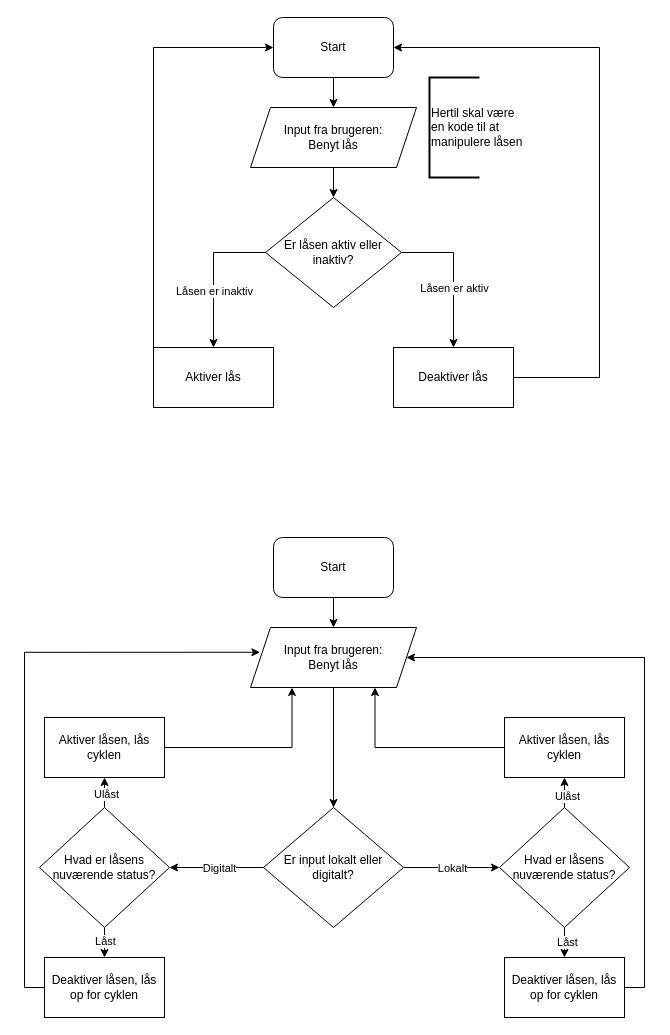
This is SW FlowCharts/ID 11 V1 Cykellås.drawio from KEA-E24-B9-IOT1/E24-B9-IoT1, a draw.io file, before an edit. Source tidied: cells renumbered, new cells numbered last; positions are measured from the earlier drawing's top-left corner, leaving out a move shared by most shapes. Both pictures are drawn from the tidied source at 100%, with x=0, y=0 at pixel (24, 17).
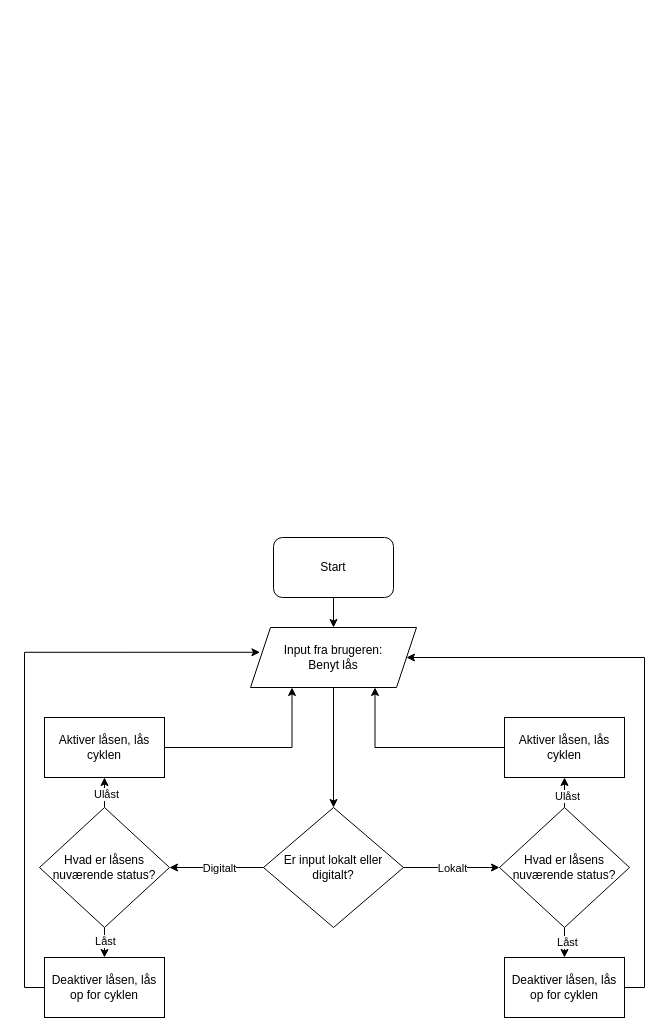
After the change.

Change to the diagram source:
```diff
@@
-    <mxCell id="2" style="edgeStyle=orthogonalEdgeStyle;rounded=0;jettySize=auto;html=1;exitX=0.5;exitY=1;exitDx=0;exitDy=0;entryX=0.5;entryY=0;entryDx=0;entryDy=0;" parent="1" edge="1" source="3" target="5">
-      <mxGeometry relative="1" as="geometry" />
-    </mxCell>
-    <mxCell id="3" value="Start" style="rounded=1;whiteSpace=wrap;html=1;" parent="1" vertex="1">
-      <mxGeometry x="249" width="120" height="60" as="geometry" />
-    </mxCell>
-    <mxCell id="4" style="edgeStyle=orthogonalEdgeStyle;rounded=0;jettySize=auto;html=1;exitX=0.5;exitY=1;exitDx=0;exitDy=0;entryX=0.5;entryY=0;entryDx=0;entryDy=0;" parent="1" edge="1" source="5" target="10">
-      <mxGeometry relative="1" as="geometry" />
-    </mxCell>
-    <mxCell id="5" value="Input fra brugeren:&lt;div&gt;Benyt lås&lt;/div&gt;" style="shape=parallelogram;perimeter=parallelogramPerimeter;whiteSpace=wrap;html=1;fixedSize=1;" parent="1" vertex="1">
-      <mxGeometry x="226" y="90" width="166" height="60" as="geometry" />
-    </mxCell>
-    <mxCell id="6" style="edgeStyle=orthogonalEdgeStyle;rounded=0;jettySize=auto;html=1;exitX=0;exitY=0.5;exitDx=0;exitDy=0;entryX=0.5;entryY=0;entryDx=0;entryDy=0;" parent="1" edge="1" source="10" target="12">
-      <mxGeometry relative="1" as="geometry" />
-    </mxCell>
-    <mxCell id="7" value="Låsen er inaktiv" style="edgeLabel;html=1;align=center;verticalAlign=middle;" parent="6" vertex="1">
-      <mxGeometry x="0.22" y="2" relative="1" as="geometry">
-        <mxPoint x="-2" as="offset" />
-      </mxGeometry>
-    </mxCell>
-    <mxCell id="8" style="edgeStyle=orthogonalEdgeStyle;rounded=0;jettySize=auto;html=1;exitX=1;exitY=0.5;exitDx=0;exitDy=0;entryX=0.5;entryY=0;entryDx=0;entryDy=0;" parent="1" edge="1" source="10" target="14">
-      <mxGeometry relative="1" as="geometry" />
-    </mxCell>
-    <mxCell id="9" value="Låsen er aktiv" style="edgeLabel;html=1;align=center;verticalAlign=middle;" parent="8" vertex="1">
-      <mxGeometry x="-0.35" y="-3" relative="1" as="geometry">
-        <mxPoint x="4" y="32" as="offset" />
-      </mxGeometry>
-    </mxCell>
-    <mxCell id="10" value="Er låsen aktiv eller inaktiv?" style="rhombus;whiteSpace=wrap;html=1;" parent="1" vertex="1">
-      <mxGeometry x="241" y="180" width="136" height="110" as="geometry" />
-    </mxCell>
-    <mxCell id="11" style="edgeStyle=orthogonalEdgeStyle;rounded=0;jettySize=auto;html=1;exitX=0;exitY=0;exitDx=0;exitDy=0;entryX=0;entryY=0.5;entryDx=0;entryDy=0;" parent="1" edge="1" source="12" target="3">
-      <mxGeometry relative="1" as="geometry" />
-    </mxCell>
-    <mxCell id="12" value="Aktiver lås" style="rounded=0;whiteSpace=wrap;html=1;" parent="1" vertex="1">
-      <mxGeometry x="129" y="330" width="120" height="60" as="geometry" />
-    </mxCell>
-    <mxCell id="13" style="edgeStyle=orthogonalEdgeStyle;rounded=0;jettySize=auto;html=1;exitX=1;exitY=0.5;exitDx=0;exitDy=0;entryX=1;entryY=0.5;entryDx=0;entryDy=0;" parent="1" edge="1" source="14" target="3">
-      <mxGeometry relative="1" as="geometry">
-        <Array as="points">
-          <mxPoint x="575" y="360" />
-          <mxPoint x="575" y="30" />
-        </Array>
-      </mxGeometry>
-    </mxCell>
-    <mxCell id="14" value="Deaktiver lås" style="rounded=0;whiteSpace=wrap;html=1;" parent="1" vertex="1">
-      <mxGeometry x="369" y="330" width="120" height="60" as="geometry" />
-    </mxCell>
-    <mxCell id="15" value="Hertil skal være&amp;nbsp;&lt;div&gt;en kode til at&amp;nbsp;&lt;/div&gt;&lt;div&gt;manipulere låsen&lt;/div&gt;" style="strokeWidth=2;html=1;shape=mxgraph.flowchart.annotation_1;align=left;" parent="1" vertex="1">
-      <mxGeometry x="405" y="60" width="50" height="100" as="geometry" />
-    </mxCell>
```
